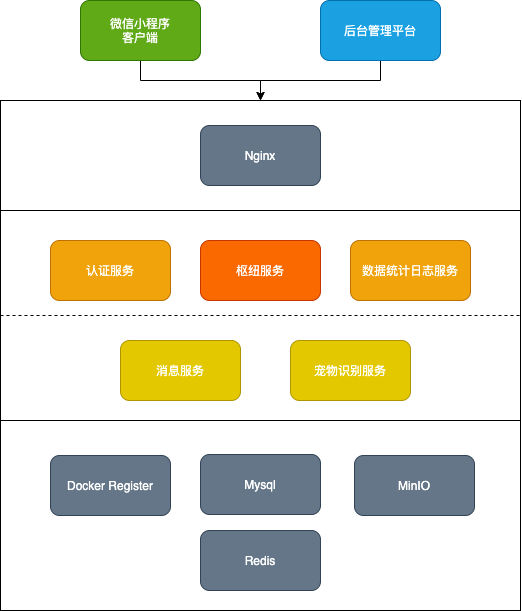
Above: doc/drawio/架构设计.png in WumaCoder/aidoggo (draw.io), before the change. Source tidied: cells renumbered, new cells last; positions are measured from the earlier drawing's top-left corner, leaving out a move shared by most shapes.
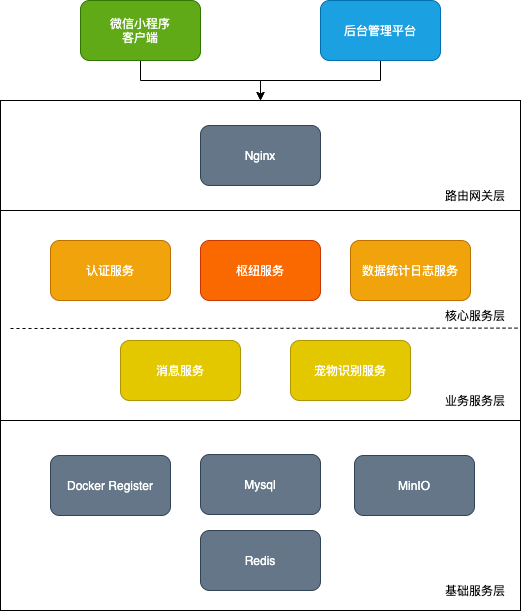
After the commit.

Change to the diagram source:
```diff
@@ -47,8 +47,10 @@
     <mxCell id="16" value="消息服务" style="rounded=1;whiteSpace=wrap;html=1;fillColor=#e3c800;strokeColor=#B09500;fontColor=#ffffff;" parent="1" vertex="1">
       <mxGeometry x="120" y="340" width="120" height="60" as="geometry" />
     </mxCell>
-    <mxCell id="17" style="endArrow=none;html=1;exitX=0;exitY=0.5;exitDx=0;exitDy=0;entryX=1;entryY=0.5;entryDx=0;entryDy=0;dashed=1;" parent="1" edge="1" source="2" target="2">
-      <mxGeometry relative="1" as="geometry" />
+    <mxCell id="17" style="endArrow=none;html=1;entryX=0.999;entryY=0.56;entryDx=0;entryDy=0;dashed=1;entryPerimeter=0;" parent="1" edge="1" target="2">
+      <mxGeometry relative="1" as="geometry">
+        <mxPoint x="10" y="328" as="sourcePoint" />
+      </mxGeometry>
     </mxCell>
     <mxCell id="18" style="edgeStyle=orthogonalEdgeStyle;rounded=0;jumpStyle=gap;jettySize=auto;html=1;exitX=0.5;exitY=1;exitDx=0;exitDy=0;entryX=0.5;entryY=0;entryDx=0;entryDy=0;" parent="1" edge="1" source="19" target="13">
       <mxGeometry relative="1" as="geometry" />
@@ -56,5 +58,17 @@
     <mxCell id="19" value="后台管理平台" style="rounded=1;whiteSpace=wrap;html=1;fillColor=#1ba1e2;strokeColor=#006EAF;fontColor=#ffffff;" parent="1" vertex="1">
       <mxGeometry x="320" width="120" height="60" as="geometry" />
     </mxCell>
+    <mxCell id="20" value="基础服务层" style="text;html=1;strokeColor=none;fillColor=none;align=center;verticalAlign=middle;whiteSpace=wrap;rounded=0;" parent="1" vertex="1">
+      <mxGeometry x="440" y="580" width="70" height="20" as="geometry" />
+    </mxCell>
+    <mxCell id="21" value="业务服务层" style="text;html=1;strokeColor=none;fillColor=none;align=center;verticalAlign=middle;whiteSpace=wrap;rounded=0;" parent="1" vertex="1">
+      <mxGeometry x="440" y="390" width="70" height="20" as="geometry" />
+    </mxCell>
+    <mxCell id="22" value="核心服务层" style="text;html=1;strokeColor=none;fillColor=none;align=center;verticalAlign=middle;whiteSpace=wrap;rounded=0;" parent="1" vertex="1">
+      <mxGeometry x="440" y="305" width="70" height="20" as="geometry" />
+    </mxCell>
+    <mxCell id="23" value="路由网关层" style="text;html=1;strokeColor=none;fillColor=none;align=center;verticalAlign=middle;whiteSpace=wrap;rounded=0;" parent="1" vertex="1">
+      <mxGeometry x="440" y="185" width="70" height="20" as="geometry" />
+    </mxCell>
   </root>
 </mxGraphModel>
```
